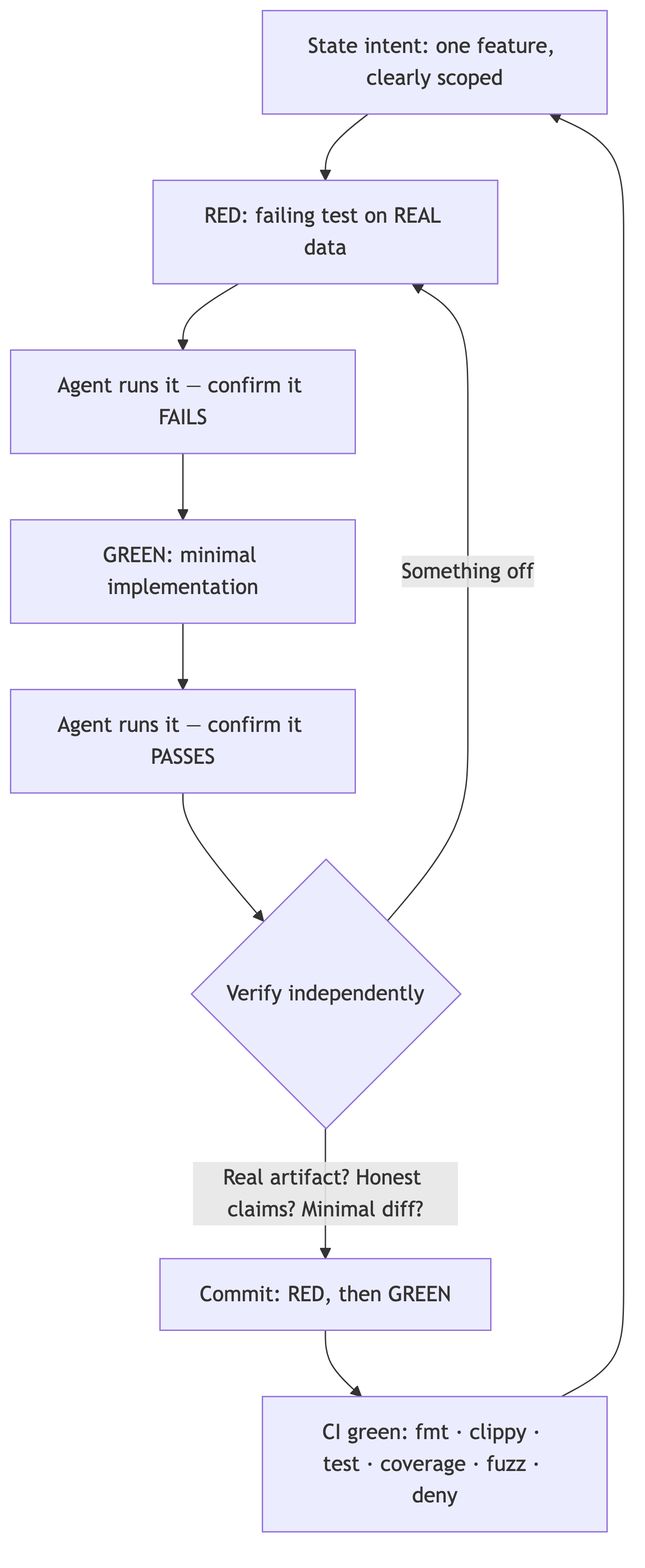
Above: docs/images/core-loop.png in SecurityRonin/dar-forensic (Mermaid), before the change. Its source is kept beside it as docs/images/core-loop.mmd.
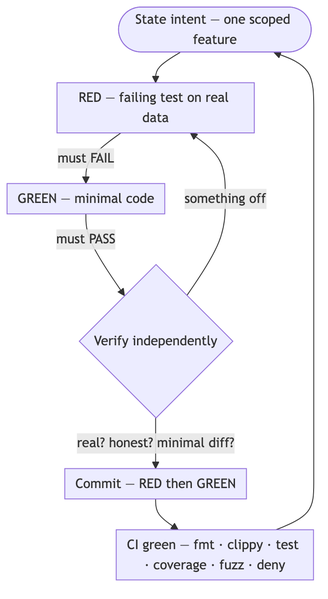
Later version of the same file.

Commit message:
docs: tighter core-loop diagram (compact, smaller, balanced)

Redraw the loop as 6 nodes with must-FAIL/must-PASS as edge labels (was a tall
9-node chain); smaller font, scale 2. 730x1334 instead of 1437x3492 — readable
without dominating the page.

What changed in the source:
```diff
@@ -1,10 +1,8 @@
 flowchart TD
-    A[State intent: one feature, clearly scoped] --> B[RED: failing test on REAL data]
-    B --> C[Agent runs it — confirm it FAILS]
-    C --> D[GREEN: minimal implementation]
-    D --> E[Agent runs it — confirm it PASSES]
-    E --> F{Verify independently}
-    F -->|Real artifact? Honest claims? Minimal diff?| G[Commit: RED, then GREEN]
-    F -->|Something off| B
-    G --> H[CI green: fmt · clippy · test · coverage · fuzz · deny]
-    H --> A
+    A([State intent — one scoped feature]) --> B[RED — failing test on real data]
+    B -->|must FAIL| C[GREEN — minimal code]
+    C -->|must PASS| D{Verify independently}
+    D -->|something off| B
+    D -->|real? honest? minimal diff?| E[Commit — RED then GREEN]
+    E --> F[CI green — fmt · clippy · test · coverage · fuzz · deny]
+    F --> A
```
